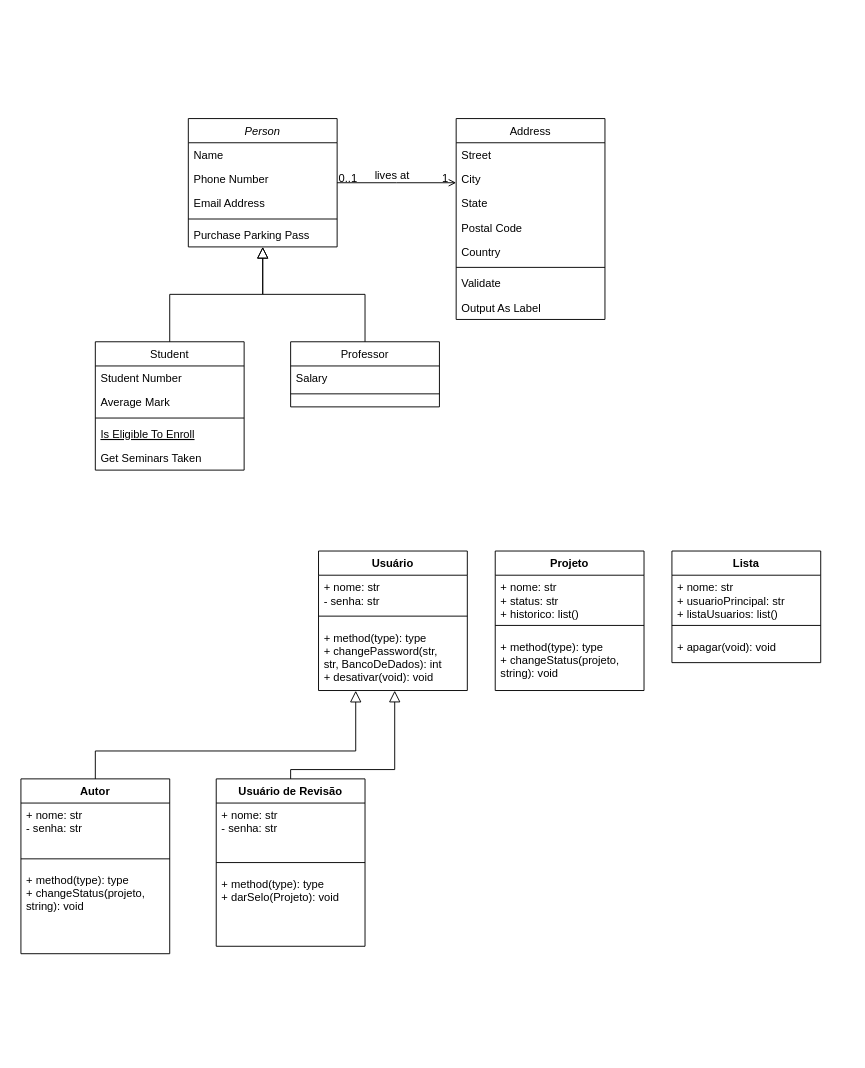
This is Diagrama de Classes.drawio from bruniculos08/PPR0001, a draw.io file, before an edit. Source tidied: cells renumbered, new cells numbered last; positions are measured from the earlier drawing's top-left corner, leaving out a move shared by most shapes. Both pictures are drawn from the tidied source at 93%, with x=0, y=0 at pixel (20, 118).
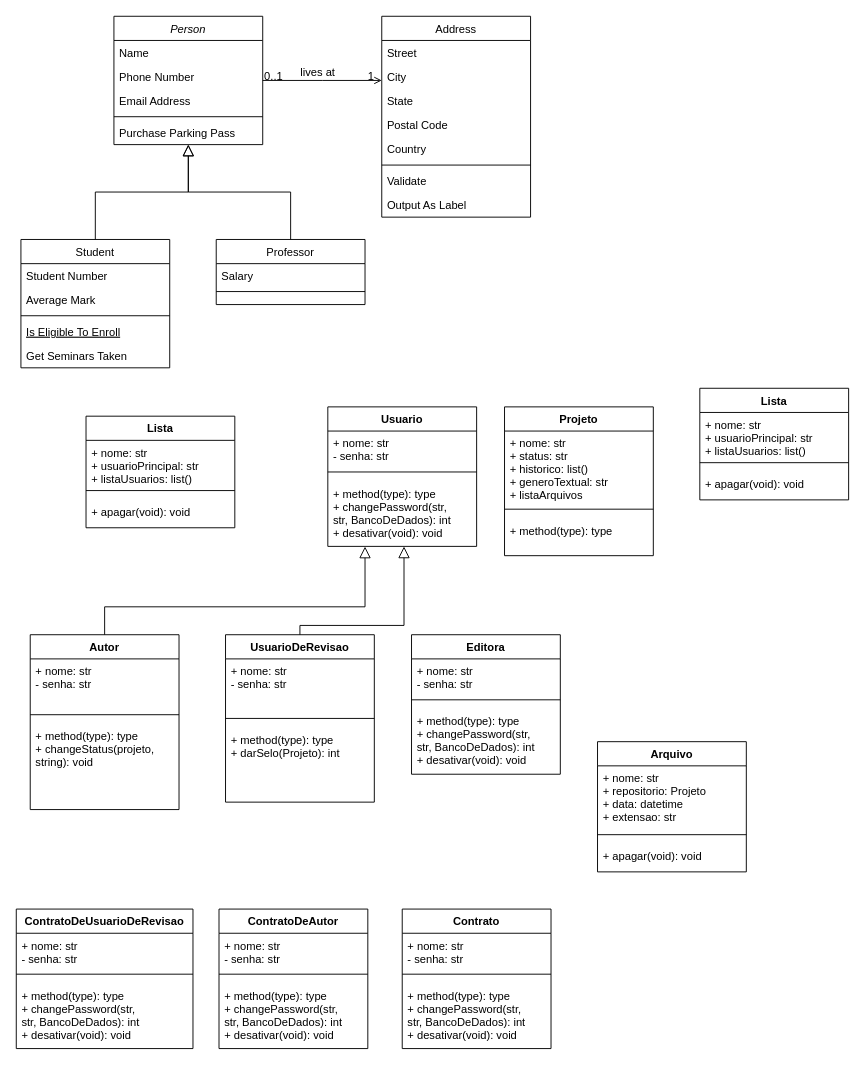
Above is the later version.

The change refers to these unchanged cells:
```xml
<mxCell id="35" value="+ method(type): type&#10;+ changePassword(str,&#10;str, BancoDeDados): int&#10;+ desativar(void): void " style="text;strokeColor=none;fillColor=none;align=left;verticalAlign=top;spacingLeft=4;spacingRight=4;overflow=hidden;points=[[0,0.5],[1,0.5]];portConstraint=eastwest;" parent="32" vertex="1">
  <mxGeometry y="80" width="160" height="70" as="geometry" />
</mxCell>
```

Diff of the diagram source:
```diff
@@
     <mxCell id="2" value="Person" style="swimlane;fontStyle=2;align=center;verticalAlign=top;horizontal=1;startSize=26;rounded=0;shadow=0;strokeWidth=1;" parent="1" vertex="1">
-      <mxGeometry x="180" width="160" height="138" as="geometry" />
+      <mxGeometry x="100" y="-110" width="160" height="138" as="geometry" />
     </mxCell>
@@
     <mxCell id="8" value="Student" style="swimlane;fontStyle=0;align=center;verticalAlign=top;horizontal=1;startSize=26;rounded=0;shadow=0;strokeWidth=1;" parent="1" vertex="1">
-      <mxGeometry x="80" y="240" width="160" height="138" as="geometry" />
+      <mxGeometry y="130" width="160" height="138" as="geometry" />
     </mxCell>
@@
     <mxCell id="15" value="Professor" style="swimlane;fontStyle=0;align=center;verticalAlign=top;horizontal=1;startSize=26;rounded=0;shadow=0;strokeWidth=1;" parent="1" vertex="1">
-      <mxGeometry x="290" y="240" width="160" height="70" as="geometry" />
+      <mxGeometry x="210" y="130" width="160" height="70" as="geometry" />
     </mxCell>
@@
     <mxCell id="19" value="Address" style="swimlane;fontStyle=0;align=center;verticalAlign=top;horizontal=1;startSize=26;rounded=0;shadow=0;strokeWidth=1;" parent="1" vertex="1">
-      <mxGeometry x="468" width="160" height="216" as="geometry" />
+      <mxGeometry x="388" y="-110" width="160" height="216" as="geometry" />
     </mxCell>
@@
-    <mxCell id="32" value="Usuário" style="swimlane;fontStyle=1;align=center;verticalAlign=top;horizontal=1;startSize=26;" parent="1" vertex="1">
-      <mxGeometry x="320" y="465" width="160" height="150" as="geometry" />
+    <mxCell id="32" value="Usuario" style="swimlane;fontStyle=1;align=center;verticalAlign=top;horizontal=1;startSize=26;" parent="1" vertex="1">
+      <mxGeometry x="330" y="310" width="160" height="150" as="geometry" />
     </mxCell>
@@
     <mxCell id="36" value="Autor" style="swimlane;fontStyle=1;align=center;verticalAlign=top;horizontal=1;startSize=26;" parent="1" vertex="1">
-      <mxGeometry y="710" width="160" height="188" as="geometry" />
+      <mxGeometry x="10" y="555" width="160" height="188" as="geometry" />
     </mxCell>
@@
     <mxCell id="40" style="endArrow=block;endSize=10;endFill=0;shadow=0;strokeWidth=1;rounded=0;edgeStyle=elbowEdgeStyle;elbow=vertical;exitX=0.5;exitY=0;exitDx=0;exitDy=0;entryX=0.25;entryY=1.003;entryDx=0;entryDy=0;entryPerimeter=0;" parent="1" edge="1" source="36" target="35">
       <mxGeometry relative="1" as="geometry">
         <Array as="points">
-          <mxPoint x="370" y="680" />
-          <mxPoint x="380" y="710" />
+          <mxPoint x="380" y="525" />
+          <mxPoint x="390" y="555" />
         </Array>
       </mxGeometry>
     </mxCell>
-    <mxCell id="41" value="Usuário de Revisão" style="swimlane;fontStyle=1;align=center;verticalAlign=top;horizontal=1;startSize=26;" parent="1" vertex="1">
-      <mxGeometry x="210" y="710" width="160" height="180" as="geometry" />
+    <mxCell id="41" value="UsuarioDeRevisao" style="swimlane;fontStyle=1;align=center;verticalAlign=top;horizontal=1;startSize=26;" parent="1" vertex="1">
+      <mxGeometry x="220" y="555" width="160" height="180" as="geometry" />
     </mxCell>
@@
-    <mxCell id="44" value="+ method(type): type&#10;+ darSelo(Projeto): void" style="text;strokeColor=none;fillColor=none;align=left;verticalAlign=top;spacingLeft=4;spacingRight=4;overflow=hidden;" parent="41" vertex="1">
+    <mxCell id="44" value="+ method(type): type&#10;+ darSelo(Projeto): int" style="text;strokeColor=none;fillColor=none;align=left;verticalAlign=top;spacingLeft=4;spacingRight=4;overflow=hidden;" parent="41" vertex="1">
       <mxGeometry y="100" width="160" height="80" as="geometry" />
     </mxCell>
     <mxCell id="45" style="endArrow=block;endSize=10;endFill=0;shadow=0;strokeWidth=1;rounded=0;edgeStyle=elbowEdgeStyle;elbow=vertical;exitX=0.5;exitY=0;exitDx=0;exitDy=0;entryX=0.512;entryY=1.002;entryDx=0;entryDy=0;entryPerimeter=0;" parent="1" edge="1" source="41" target="35">
       <mxGeometry relative="1" as="geometry">
         <Array as="points">
-          <mxPoint x="410" y="700" />
-          <mxPoint x="450" y="680" />
-          <mxPoint x="450" y="710" />
-          <mxPoint x="460" y="720" />
+          <mxPoint x="420" y="545" />
+          <mxPoint x="460" y="525" />
+          <mxPoint x="460" y="555" />
+          <mxPoint x="470" y="565" />
         </Array>
       </mxGeometry>
     </mxCell>
     <mxCell id="46" value="Projeto" style="swimlane;fontStyle=1;align=center;verticalAlign=top;horizontal=1;startSize=26;" parent="1" vertex="1">
-      <mxGeometry x="510" y="465" width="160" height="150" as="geometry" />
+      <mxGeometry x="520" y="310" width="160" height="160" as="geometry" />
     </mxCell>
-    <mxCell id="47" value="+ nome: str&#10;+ status: str&#10;+ historico: list()" style="text;strokeColor=none;fillColor=none;align=left;verticalAlign=top;spacingLeft=4;spacingRight=4;overflow=hidden;" parent="46" vertex="1">
-      <mxGeometry y="26" width="160" height="44" as="geometry" />
+    <mxCell id="47" value="+ nome: str&#10;+ status: str&#10;+ historico: list()&#10;+ generoTextual: str&#10;+ listaArquivos" style="text;strokeColor=none;fillColor=none;align=left;verticalAlign=top;spacingLeft=4;spacingRight=4;overflow=hidden;" parent="46" vertex="1">
+      <mxGeometry y="26" width="160" height="74" as="geometry" />
     </mxCell>
     <mxCell id="48" style="line;strokeWidth=1;fillColor=none;align=left;verticalAlign=middle;spacingTop=-1;spacingLeft=3;spacingRight=3;labelPosition=right;" parent="46" vertex="1">
-      <mxGeometry y="70" width="160" height="20" as="geometry" />
+      <mxGeometry y="100" width="160" height="20" as="geometry" />
     </mxCell>
-    <mxCell id="49" value="+ method(type): type&#10;+ changeStatus(projeto,&#10;string): void" style="text;strokeColor=none;fillColor=none;align=left;verticalAlign=top;spacingLeft=4;spacingRight=4;overflow=hidden;" parent="46" vertex="1">
-      <mxGeometry y="90" width="160" height="60" as="geometry" />
+    <mxCell id="49" value="+ method(type): type" style="text;strokeColor=none;fillColor=none;align=left;verticalAlign=top;spacingLeft=4;spacingRight=4;overflow=hidden;" parent="46" vertex="1">
+      <mxGeometry y="120" width="160" height="40" as="geometry" />
     </mxCell>
     <mxCell id="50" value="Lista" style="swimlane;fontStyle=1;align=center;verticalAlign=top;horizontal=1;startSize=26;" parent="1" vertex="1">
-      <mxGeometry x="700" y="465" width="160" height="120" as="geometry" />
+      <mxGeometry x="70" y="320" width="160" height="120" as="geometry" />
     </mxCell>
@@
+    <mxCell id="54" value="Lista" style="swimlane;fontStyle=1;align=center;verticalAlign=top;horizontal=1;startSize=26;" parent="1" vertex="1">
+      <mxGeometry x="730" y="290" width="160" height="120" as="geometry" />
+    </mxCell>
+    <mxCell id="55" value="+ nome: str&#10;+ usuarioPrincipal: str&#10;+ listaUsuarios: list()" style="text;strokeColor=none;fillColor=none;align=left;verticalAlign=top;spacingLeft=4;spacingRight=4;overflow=hidden;" parent="54" vertex="1">
+      <mxGeometry y="26" width="160" height="44" as="geometry" />
+    </mxCell>
+    <mxCell id="56" style="line;strokeWidth=1;fillColor=none;align=left;verticalAlign=middle;spacingTop=-1;spacingLeft=3;spacingRight=3;labelPosition=right;" parent="54" vertex="1">
+      <mxGeometry y="70" width="160" height="20" as="geometry" />
+    </mxCell>
+    <mxCell id="57" value="+ apagar(void): void" style="text;strokeColor=none;fillColor=none;align=left;verticalAlign=top;spacingLeft=4;spacingRight=4;overflow=hidden;" parent="54" vertex="1">
+      <mxGeometry y="90" width="160" height="30" as="geometry" />
+    </mxCell>
+    <mxCell id="58" value="Editora" style="swimlane;fontStyle=1;align=center;verticalAlign=top;horizontal=1;startSize=26;" parent="1" vertex="1">
+      <mxGeometry x="420" y="555" width="160" height="150" as="geometry" />
+    </mxCell>
+    <mxCell id="59" value="+ nome: str&#10;- senha: str" style="text;strokeColor=none;fillColor=none;align=left;verticalAlign=top;spacingLeft=4;spacingRight=4;overflow=hidden;" parent="58" vertex="1">
+      <mxGeometry y="26" width="160" height="34" as="geometry" />
+    </mxCell>
+    <mxCell id="60" style="line;strokeWidth=1;fillColor=none;align=left;verticalAlign=middle;spacingTop=-1;spacingLeft=3;spacingRight=3;labelPosition=right;" parent="58" vertex="1">
+      <mxGeometry y="60" width="160" height="20" as="geometry" />
+    </mxCell>
+    <mxCell id="61" value="+ method(type): type&#10;+ changePassword(str,&#10;str, BancoDeDados): int&#10;+ desativar(void): void " style="text;strokeColor=none;fillColor=none;align=left;verticalAlign=top;spacingLeft=4;spacingRight=4;overflow=hidden;" parent="58" vertex="1">
+      <mxGeometry y="80" width="160" height="70" as="geometry" />
+    </mxCell>
+    <mxCell id="62" value="ContratoDeAutor" style="swimlane;fontStyle=1;align=center;verticalAlign=top;horizontal=1;startSize=26;" parent="1" vertex="1">
+      <mxGeometry x="213" y="850" width="160" height="150" as="geometry" />
+    </mxCell>
+    <mxCell id="63" value="+ nome: str&#10;- senha: str" style="text;strokeColor=none;fillColor=none;align=left;verticalAlign=top;spacingLeft=4;spacingRight=4;overflow=hidden;" parent="62" vertex="1">
+      <mxGeometry y="26" width="160" height="34" as="geometry" />
+    </mxCell>
+    <mxCell id="64" style="line;strokeWidth=1;fillColor=none;align=left;verticalAlign=middle;spacingTop=-1;spacingLeft=3;spacingRight=3;labelPosition=right;" parent="62" vertex="1">
+      <mxGeometry y="60" width="160" height="20" as="geometry" />
+    </mxCell>
+    <mxCell id="65" value="+ method(type): type&#10;+ changePassword(str,&#10;str, BancoDeDados): int&#10;+ desativar(void): void " style="text;strokeColor=none;fillColor=none;align=left;verticalAlign=top;spacingLeft=4;spacingRight=4;overflow=hidden;" parent="62" vertex="1">
+      <mxGeometry y="80" width="160" height="70" as="geometry" />
+    </mxCell>
+    <mxCell id="66" value="ContratoDeUsuarioDeRevisao" style="swimlane;fontStyle=1;align=center;verticalAlign=top;horizontal=1;startSize=26;" parent="1" vertex="1">
+      <mxGeometry x="-5" y="850" width="190" height="150" as="geometry" />
+    </mxCell>
+    <mxCell id="67" value="+ nome: str&#10;- senha: str" style="text;strokeColor=none;fillColor=none;align=left;verticalAlign=top;spacingLeft=4;spacingRight=4;overflow=hidden;" parent="66" vertex="1">
+      <mxGeometry y="26" width="190" height="34" as="geometry" />
+    </mxCell>
+    <mxCell id="68" style="line;strokeWidth=1;fillColor=none;align=left;verticalAlign=middle;spacingTop=-1;spacingLeft=3;spacingRight=3;labelPosition=right;" parent="66" vertex="1">
+      <mxGeometry y="60" width="190" height="20" as="geometry" />
+    </mxCell>
+    <mxCell id="69" value="+ method(type): type&#10;+ changePassword(str,&#10;str, BancoDeDados): int&#10;+ desativar(void): void " style="text;strokeColor=none;fillColor=none;align=left;verticalAlign=top;spacingLeft=4;spacingRight=4;overflow=hidden;" parent="66" vertex="1">
+      <mxGeometry y="80" width="190" height="70" as="geometry" />
+    </mxCell>
+    <mxCell id="70" value="Contrato" style="swimlane;fontStyle=1;align=center;verticalAlign=top;horizontal=1;startSize=26;" parent="1" vertex="1">
+      <mxGeometry x="410" y="850" width="160" height="150" as="geometry" />
+    </mxCell>
+    <mxCell id="71" value="+ nome: str&#10;- senha: str" style="text;strokeColor=none;fillColor=none;align=left;verticalAlign=top;spacingLeft=4;spacingRight=4;overflow=hidden;" parent="70" vertex="1">
+      <mxGeometry y="26" width="160" height="34" as="geometry" />
+    </mxCell>
+    <mxCell id="72" style="line;strokeWidth=1;fillColor=none;align=left;verticalAlign=middle;spacingTop=-1;spacingLeft=3;spacingRight=3;labelPosition=right;" parent="70" vertex="1">
+      <mxGeometry y="60" width="160" height="20" as="geometry" />
+    </mxCell>
+    <mxCell id="73" value="+ method(type): type&#10;+ changePassword(str,&#10;str, BancoDeDados): int&#10;+ desativar(void): void " style="text;strokeColor=none;fillColor=none;align=left;verticalAlign=top;spacingLeft=4;spacingRight=4;overflow=hidden;" parent="70" vertex="1">
+      <mxGeometry y="80" width="160" height="70" as="geometry" />
+    </mxCell>
+    <mxCell id="74" value="Arquivo" style="swimlane;fontStyle=1;align=center;verticalAlign=top;horizontal=1;startSize=26;" parent="1" vertex="1">
+      <mxGeometry x="620" y="670" width="160" height="140" as="geometry" />
+    </mxCell>
+    <mxCell id="75" value="+ nome: str&#10;+ repositorio: Projeto&#10;+ data: datetime&#10;+ extensao: str" style="text;strokeColor=none;fillColor=none;align=left;verticalAlign=top;spacingLeft=4;spacingRight=4;overflow=hidden;" parent="74" vertex="1">
+      <mxGeometry y="26" width="160" height="64" as="geometry" />
+    </mxCell>
+    <mxCell id="76" style="line;strokeWidth=1;fillColor=none;align=left;verticalAlign=middle;spacingTop=-1;spacingLeft=3;spacingRight=3;labelPosition=right;" parent="74" vertex="1">
+      <mxGeometry y="90" width="160" height="20" as="geometry" />
+    </mxCell>
+    <mxCell id="77" value="+ apagar(void): void" style="text;strokeColor=none;fillColor=none;align=left;verticalAlign=top;spacingLeft=4;spacingRight=4;overflow=hidden;" parent="74" vertex="1">
+      <mxGeometry y="110" width="160" height="30" as="geometry" />
+    </mxCell>
```
